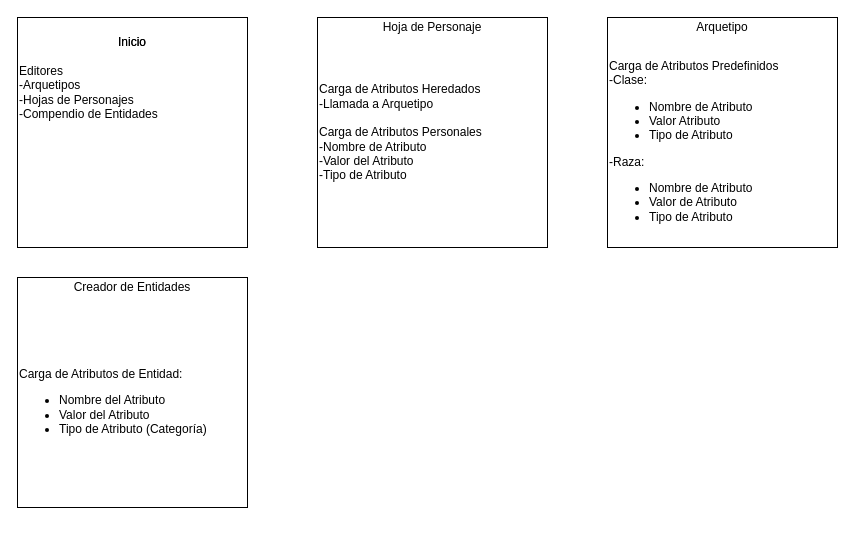
Above: Proyecto/Diagrama Inicial de Clases.drawio in FrancoDellinocente/Grupo-D-TT (draw.io), before the change. Source tidied: cells renumbered, new cells numbered last; positions are measured from the earlier drawing's top-left corner, leaving out a move shared by most shapes. Both pictures are drawn from the tidied source at 100%, with x=0, y=0 at pixel (17, 17).
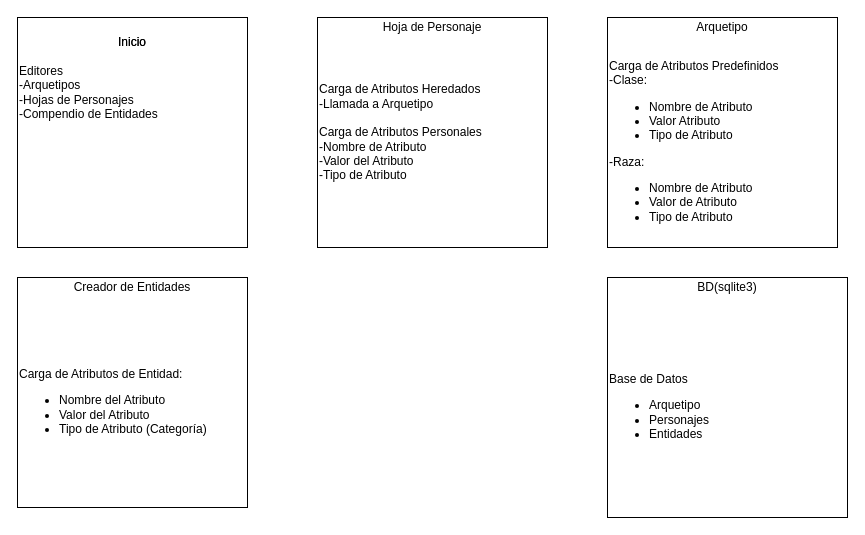
The same page after the edit.

Commit message:
Incorporación Diagrama BD

What changed in the source:
```diff
@@
 <mxGraphModel>
   <root>
     <mxCell id="0" />
     <mxCell id="1" parent="0" />
     <mxCell id="2" style="whiteSpace=wrap;html=1;align=left;" parent="1" vertex="1">
       <mxGeometry width="230" height="230" as="geometry" />
     </mxCell>
     <mxCell id="3" value="Inicio" style="text;html=1;strokeColor=none;fillColor=none;align=center;verticalAlign=middle;whiteSpace=wrap;rounded=0;" parent="1" vertex="1">
       <mxGeometry width="230" height="50" as="geometry" />
     </mxCell>
     <mxCell id="4" value="Inicio" style="text;html=1;strokeColor=none;fillColor=none;align=center;verticalAlign=middle;whiteSpace=wrap;rounded=0;" parent="1" vertex="1">
       <mxGeometry width="230" height="50" as="geometry" />
     </mxCell>
     <mxCell id="5" value="&lt;div&gt;Editores&lt;/div&gt;&lt;div&gt;-Arquetipos&lt;br&gt;&lt;/div&gt;&lt;div&gt;-Hojas de Personajes&lt;/div&gt;&lt;div&gt;-Compendio de Entidades&lt;br&gt;&lt;/div&gt;" style="text;html=1;strokeColor=none;fillColor=none;align=left;verticalAlign=middle;whiteSpace=wrap;rounded=0;" parent="1" vertex="1">
       <mxGeometry y="50" width="230" height="50" as="geometry" />
     </mxCell>
     <mxCell id="6" value="Text" style="text;html=1;strokeColor=none;fillColor=none;align=center;verticalAlign=middle;whiteSpace=wrap;rounded=0;" parent="1" vertex="1">
       <mxGeometry x="395" y="10" width="40" height="20" as="geometry" />
     </mxCell>
     <mxCell id="7" style="whiteSpace=wrap;html=1;align=left;" parent="1" vertex="1">
       <mxGeometry x="300" width="230" height="230" as="geometry" />
     </mxCell>
     <mxCell id="8" value="Hoja de Personaje" style="text;html=1;strokeColor=none;fillColor=none;align=center;verticalAlign=middle;whiteSpace=wrap;rounded=0;" parent="1" vertex="1">
       <mxGeometry x="285" width="260" height="20" as="geometry" />
     </mxCell>
     <mxCell id="9" value="&lt;div&gt;Carga de Atributos Heredados&lt;/div&gt;&lt;div&gt;-Llamada a Arquetipo&lt;br&gt;&lt;/div&gt;&lt;div&gt;&lt;br&gt;&lt;/div&gt;&lt;div&gt;Carga de Atributos Personales&lt;br&gt;&lt;/div&gt;&lt;div&gt;-Nombre de Atributo&lt;/div&gt;&lt;div&gt;-Valor del Atributo&lt;/div&gt;&lt;div&gt;-Tipo de Atributo&lt;br&gt;&lt;/div&gt;" style="text;html=1;strokeColor=none;fillColor=none;align=left;verticalAlign=middle;whiteSpace=wrap;rounded=0;" parent="1" vertex="1">
       <mxGeometry x="300" width="230" height="230" as="geometry" />
     </mxCell>
     <mxCell id="10" style="whiteSpace=wrap;html=1;align=left;" parent="1" vertex="1">
       <mxGeometry x="590" width="230" height="230" as="geometry" />
     </mxCell>
     <mxCell id="11" value="Arquetipo" style="text;html=1;strokeColor=none;fillColor=none;align=center;verticalAlign=middle;whiteSpace=wrap;rounded=0;" parent="1" vertex="1">
       <mxGeometry x="590" width="230" height="20" as="geometry" />
     </mxCell>
     <mxCell id="12" value="&lt;div&gt;Carga de Atributos Predefinidos&lt;/div&gt;&lt;div&gt;-Clase:&lt;/div&gt;&lt;div&gt;&lt;ul&gt;&lt;li&gt;Nombre de Atributo&lt;/li&gt;&lt;li&gt;Valor Atributo&lt;/li&gt;&lt;li&gt;Tipo de Atributo&lt;br&gt;&lt;/li&gt;&lt;/ul&gt;&lt;/div&gt;&lt;div&gt;-Raza:&lt;/div&gt;&lt;div&gt;&lt;ul&gt;&lt;li&gt;Nombre de Atributo&lt;/li&gt;&lt;li&gt;Valor de Atributo&lt;/li&gt;&lt;li&gt;Tipo de Atributo&lt;br&gt;&lt;/li&gt;&lt;/ul&gt;&lt;/div&gt;" style="text;html=1;strokeColor=none;fillColor=none;align=left;verticalAlign=middle;whiteSpace=wrap;rounded=0;" parent="1" vertex="1">
       <mxGeometry x="590" y="30" width="230" height="200" as="geometry" />
     </mxCell>
     <mxCell id="13" style="whiteSpace=wrap;html=1;align=left;" parent="1" vertex="1">
       <mxGeometry y="260" width="230" height="230" as="geometry" />
     </mxCell>
     <mxCell id="14" value="Creador de Entidades" style="text;html=1;strokeColor=none;fillColor=none;align=center;verticalAlign=middle;whiteSpace=wrap;rounded=0;" parent="1" vertex="1">
       <mxGeometry y="260" width="230" height="20" as="geometry" />
     </mxCell>
     <mxCell id="15" value="&lt;div&gt;Carga de Atributos de Entidad:&lt;/div&gt;&lt;div&gt;&lt;ul&gt;&lt;li&gt;Nombre del Atributo&lt;br&gt;&lt;/li&gt;&lt;li&gt;Valor del Atributo&lt;/li&gt;&lt;li&gt;Tipo de Atributo (Categoría)&lt;br&gt;&lt;/li&gt;&lt;/ul&gt;&lt;/div&gt;" style="text;html=1;strokeColor=none;fillColor=none;align=left;verticalAlign=middle;whiteSpace=wrap;rounded=0;" parent="1" vertex="1">
       <mxGeometry y="290" width="230" height="200" as="geometry" />
     </mxCell>
+    <mxCell id="16" style="whiteSpace=wrap;html=1;" parent="1" vertex="1">
+      <mxGeometry x="590" y="260" width="240" height="240" as="geometry" />
+    </mxCell>
+    <mxCell id="17" value="BD(sqlite3)" style="text;html=1;strokeColor=none;fillColor=none;align=center;verticalAlign=middle;whiteSpace=wrap;rounded=0;" parent="1" vertex="1">
+      <mxGeometry x="590" y="260" width="240" height="20" as="geometry" />
+    </mxCell>
+    <mxCell id="18" value="&lt;div&gt;Base de Datos&lt;/div&gt;&lt;div&gt;&lt;ul&gt;&lt;li&gt;Arquetipo&lt;/li&gt;&lt;li&gt;Personajes&lt;/li&gt;&lt;li&gt;Entidades&lt;br&gt;&lt;/li&gt;&lt;/ul&gt;&lt;/div&gt;" style="text;html=1;strokeColor=none;fillColor=none;align=left;verticalAlign=middle;whiteSpace=wrap;rounded=0;" parent="1" vertex="1">
+      <mxGeometry x="590" y="290" width="240" height="210" as="geometry" />
+    </mxCell>
   </root>
 </mxGraphModel>
```
